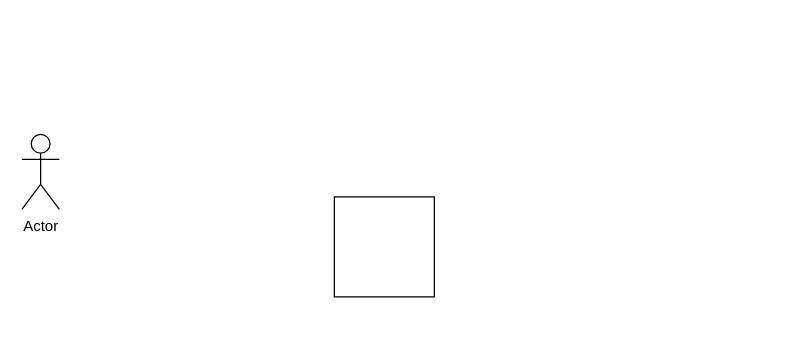
Earlier version of the draw.io diagram gifs/Untitled Diagram.drawio (midani-47/midani-47). Source tidied: cells renumbered, new cells numbered last; positions are measured from the earlier drawing's top-left corner, leaving out a move shared by most shapes. Both pictures are drawn from the tidied source at 125%, with x=0, y=0 at pixel (21, 134).
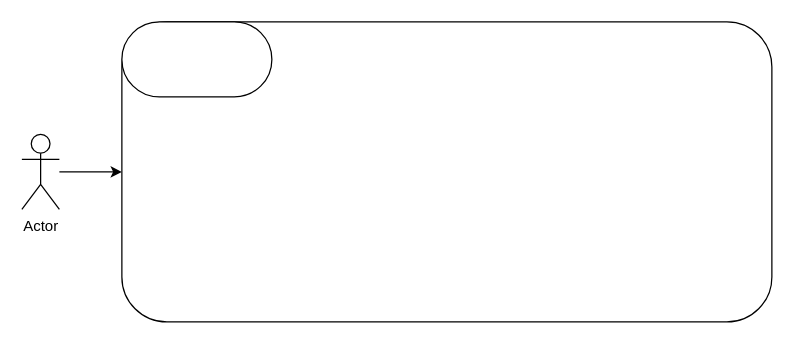
The same diagram, later.

Change to the diagram source:
```diff
@@
 <mxGraphModel>
   <root>
     <mxCell id="0" />
     <mxCell id="1" parent="0" />
+    <mxCell id="4" style="edgeStyle=orthogonalEdgeStyle;rounded=0;jettySize=auto;html=1;" parent="1" edge="1" source="2" target="5">
+      <mxGeometry relative="1" as="geometry" />
+    </mxCell>
     <mxCell id="2" value="Actor" style="shape=umlActor;verticalLabelPosition=bottom;verticalAlign=top;html=1;outlineConnect=0;" parent="1" vertex="1">
       <mxGeometry width="30" height="60" as="geometry" />
     </mxCell>
-    <mxCell id="3" style="whiteSpace=wrap;html=1;" parent="1" vertex="1">
-      <mxGeometry x="250" y="50" width="80" height="80" as="geometry" />
-    </mxCell>
+    <mxCell id="5" style="rounded=1;whiteSpace=wrap;html=1;" parent="1" vertex="1">
+      <mxGeometry x="80" y="-90" width="520" height="240" as="geometry" />
+    </mxCell>
+    <mxCell id="6" style="rounded=1;whiteSpace=wrap;html=1;arcSize=50;" parent="1" vertex="1">
+      <mxGeometry x="80" y="-90" width="120" height="60" as="geometry" />
+    </mxCell>
   </root>
 </mxGraphModel>
```
